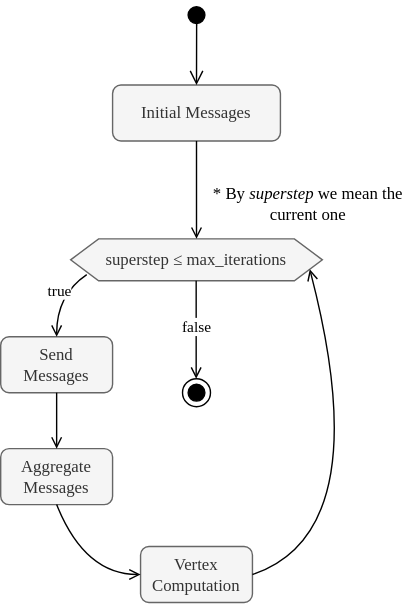
angelip2303/kgswc2023-31 keeps this draw.io diagram as public/img/pregel.svg. Above is the earlier version. Source tidied: cells renumbered, new cells last; positions are measured from the earlier drawing's top-left corner, leaving out a move shared by most shapes.
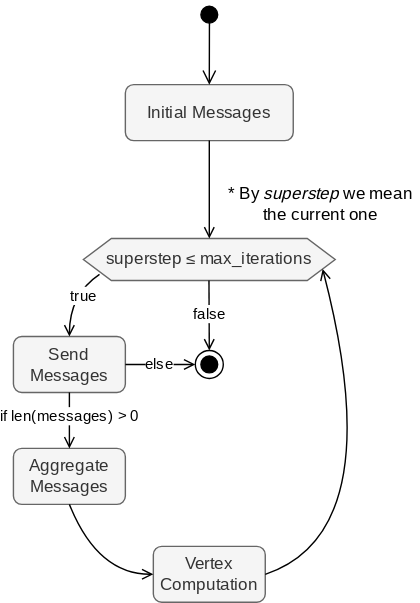
The same file after the commit.

Diff of the diagram source:
```diff
@@ -1,77 +1,89 @@
 <mxGraphModel>
   <root>
-    <mxCell id="0" />
-    <mxCell id="1" parent="0" />
+    <mxCell id="19" />
+    <mxCell id="20" parent="19" />
-    <mxCell id="2" value="Initial Messages" style="rounded=1;whiteSpace=wrap;html=1;fontSize=12;glass=0;strokeWidth=1;shadow=0;fontFamily=trebuchet ms;fillColor=#f5f5f5;fontColor=#333333;strokeColor=#666666;" parent="1" vertex="1">
+    <mxCell id="2" value="Initial Messages" style="rounded=1;whiteSpace=wrap;html=1;fontSize=12;glass=0;strokeWidth=1;shadow=0;fontFamily=Roboto;fillColor=#f5f5f5;fontColor=#333333;strokeColor=#666666;fontSource=https%3A%2F%2Ffonts.googleapis.com%2Fcss%3Ffamily%3DRoboto;" parent="20" vertex="1">
       <mxGeometry x="80" y="60" width="120" height="40" as="geometry" />
     </mxCell>
-    <mxCell id="3" style="ellipse;html=1;shape=startState;fillColor=#000000;strokeColor=#000000;fontFamily=trebuchet ms;" parent="1" vertex="1">
-      <mxGeometry x="130" width="20" height="20" as="geometry" />
-    </mxCell>
-    <mxCell id="4" style="edgeStyle=orthogonalEdgeStyle;html=1;verticalAlign=bottom;endArrow=open;endSize=8;strokeColor=#000000;rounded=0;exitX=0.507;exitY=0.893;exitDx=0;exitDy=0;exitPerimeter=0;fontFamily=trebuchet ms;" parent="1" edge="1" source="3">
-      <mxGeometry relative="1" as="geometry">
-        <mxPoint x="140" y="60" as="targetPoint" />
-        <Array as="points">
-          <mxPoint x="140" y="10" />
-        </Array>
-      </mxGeometry>
-    </mxCell>
+    <mxCell id="21" style="ellipse;html=1;shape=startState;fillColor=#000000;strokeColor=#000000;fontFamily=trebuchet ms;" parent="20" vertex="1">
+      <mxGeometry x="130" width="20" height="20" as="geometry" />
+    </mxCell>
+    <mxCell id="22" style="edgeStyle=orthogonalEdgeStyle;html=1;verticalAlign=bottom;endArrow=open;endSize=8;strokeColor=#000000;rounded=0;exitX=0.507;exitY=0.893;exitDx=0;exitDy=0;exitPerimeter=0;fontFamily=trebuchet ms;" parent="20" edge="1" source="21">
+      <mxGeometry relative="1" as="geometry">
+        <mxPoint x="140" y="60" as="targetPoint" />
+        <Array as="points">
+          <mxPoint x="140" y="10" />
+        </Array>
+      </mxGeometry>
+    </mxCell>
-    <mxCell id="5" value="superstep ≤&amp;nbsp;max_iterations" style="shape=hexagon;perimeter=hexagonPerimeter2;whiteSpace=wrap;html=1;fixedSize=1;fontFamily=trebuchet ms;fillColor=#f5f5f5;fontColor=#333333;strokeColor=#666666;" parent="1" vertex="1">
+    <mxCell id="5" value="superstep ≤&amp;nbsp;max_iterations" style="shape=hexagon;perimeter=hexagonPerimeter2;whiteSpace=wrap;html=1;fixedSize=1;fontFamily=Roboto;fillColor=#f5f5f5;fontColor=#333333;strokeColor=#666666;fontSource=https%3A%2F%2Ffonts.googleapis.com%2Fcss%3Ffamily%3DRoboto;" parent="20" vertex="1">
       <mxGeometry x="50" y="170" width="180" height="30" as="geometry" />
     </mxCell>
-    <mxCell id="6" value="Send&lt;br&gt;Messages" style="rounded=1;whiteSpace=wrap;html=1;fontSize=12;glass=0;strokeWidth=1;shadow=0;fontFamily=trebuchet ms;fillColor=#f5f5f5;fontColor=#333333;strokeColor=#666666;" parent="1" vertex="1">
+    <mxCell id="6" value="Send&lt;br&gt;Messages" style="rounded=1;whiteSpace=wrap;html=1;fontSize=12;glass=0;strokeWidth=1;shadow=0;fontFamily=Roboto;fillColor=#f5f5f5;fontColor=#333333;strokeColor=#666666;fontSource=https%3A%2F%2Ffonts.googleapis.com%2Fcss%3Ffamily%3DRoboto;" parent="20" vertex="1">
       <mxGeometry y="240" width="80" height="40" as="geometry" />
     </mxCell>
-    <mxCell id="7" value="Aggregate Messages" style="rounded=1;whiteSpace=wrap;html=1;fontSize=12;glass=0;strokeWidth=1;shadow=0;fontFamily=trebuchet ms;fillColor=#f5f5f5;fontColor=#333333;strokeColor=#666666;" parent="1" vertex="1">
+    <mxCell id="7" value="Aggregate Messages" style="rounded=1;whiteSpace=wrap;html=1;fontSize=12;glass=0;strokeWidth=1;shadow=0;fontFamily=Roboto;fillColor=#f5f5f5;fontColor=#333333;strokeColor=#666666;fontSource=https%3A%2F%2Ffonts.googleapis.com%2Fcss%3Ffamily%3DRoboto;" parent="20" vertex="1">
       <mxGeometry y="320" width="80" height="40" as="geometry" />
     </mxCell>
-    <mxCell id="8" value="Vertex Computation" style="rounded=1;whiteSpace=wrap;html=1;fontSize=12;glass=0;strokeWidth=1;shadow=0;fontFamily=trebuchet ms;fillColor=#f5f5f5;fontColor=#333333;strokeColor=#666666;" parent="1" vertex="1">
+    <mxCell id="8" value="Vertex Computation" style="rounded=1;whiteSpace=wrap;html=1;fontSize=12;glass=0;strokeWidth=1;shadow=0;fontFamily=Roboto;fillColor=#f5f5f5;fontColor=#333333;strokeColor=#666666;fontSource=https%3A%2F%2Ffonts.googleapis.com%2Fcss%3Ffamily%3DRoboto;" parent="20" vertex="1">
       <mxGeometry x="100" y="390" width="80" height="40" as="geometry" />
     </mxCell>
-    <mxCell id="9" style="endArrow=open;html=1;rounded=0;exitX=0.5;exitY=1;exitDx=0;exitDy=0;entryX=0.5;entryY=0;entryDx=0;entryDy=0;endFill=0;fontFamily=trebuchet ms;" parent="1" edge="1" source="2" target="5">
+    <mxCell id="9" style="endArrow=open;html=1;rounded=0;exitX=0.5;exitY=1;exitDx=0;exitDy=0;entryX=0.5;entryY=0;entryDx=0;entryDy=0;endFill=0;fontFamily=trebuchet ms;" parent="20" edge="1" source="2" target="5">
       <mxGeometry relative="1" as="geometry" />
     </mxCell>
-    <mxCell id="10" style="endArrow=open;html=1;exitX=0.064;exitY=0.852;exitDx=0;exitDy=0;entryX=0.5;entryY=0;entryDx=0;entryDy=0;endFill=0;exitPerimeter=0;curved=1;fontFamily=trebuchet ms;" parent="1" edge="1" source="5" target="6">
+    <mxCell id="10" style="endArrow=open;html=1;exitX=0.064;exitY=0.852;exitDx=0;exitDy=0;entryX=0.5;entryY=0;entryDx=0;entryDy=0;endFill=0;exitPerimeter=0;curved=1;fontFamily=trebuchet ms;" parent="20" edge="1" source="5" target="6">
       <mxGeometry relative="1" as="geometry">
         <Array as="points">
           <mxPoint x="40" y="210" />
         </Array>
       </mxGeometry>
     </mxCell>
-    <mxCell id="11" value="true" style="edgeLabel;html=1;align=center;verticalAlign=middle;fontFamily=trebuchet ms;" parent="10" vertex="1">
-      <mxGeometry x="-0.21" y="-2" relative="1" as="geometry" />
+    <mxCell id="11" value="true" style="edgeLabel;html=1;align=center;verticalAlign=middle;fontFamily=Roboto;fontSource=https%3A%2F%2Ffonts.googleapis.com%2Fcss%3Ffamily%3DRoboto;" parent="10" vertex="1">
+      <mxGeometry x="-0.21" y="-2" relative="1" as="geometry">
+        <mxPoint x="8" y="4" as="offset" />
+      </mxGeometry>
     </mxCell>
-    <mxCell id="12" style="endArrow=open;html=1;rounded=0;exitX=0.5;exitY=1;exitDx=0;exitDy=0;entryX=0.5;entryY=0;entryDx=0;entryDy=0;endFill=0;fontFamily=trebuchet ms;" parent="1" edge="1" source="6" target="7">
+    <mxCell id="12" style="endArrow=open;html=1;rounded=0;exitX=0.5;exitY=1;exitDx=0;exitDy=0;entryX=0.5;entryY=0;entryDx=0;entryDy=0;endFill=0;fontFamily=trebuchet ms;" parent="20" edge="1" source="6" target="7">
       <mxGeometry relative="1" as="geometry" />
     </mxCell>
+    <mxCell id="23" value="if len(messages) &amp;gt; 0" style="edgeLabel;html=1;align=center;verticalAlign=middle;fontFamily=Roboto;fontSource=https%3A%2F%2Ffonts.googleapis.com%2Fcss%3Ffamily%3DRoboto;" parent="12" vertex="1">
+      <mxGeometry x="-0.18" y="-1" relative="1" as="geometry">
+        <mxPoint x="1" as="offset" />
+      </mxGeometry>
+    </mxCell>
-    <mxCell id="13" style="endArrow=open;html=1;exitX=0.5;exitY=1;exitDx=0;exitDy=0;entryX=0;entryY=0.5;entryDx=0;entryDy=0;endFill=0;curved=1;fontFamily=trebuchet ms;" parent="1" edge="1" source="7" target="8">
+    <mxCell id="13" style="endArrow=open;html=1;exitX=0.5;exitY=1;exitDx=0;exitDy=0;entryX=0;entryY=0.5;entryDx=0;entryDy=0;endFill=0;curved=1;fontFamily=trebuchet ms;" parent="20" edge="1" source="7" target="8">
       <mxGeometry relative="1" as="geometry">
         <Array as="points">
           <mxPoint x="60" y="410" />
         </Array>
       </mxGeometry>
     </mxCell>
-    <mxCell id="14" style="endArrow=open;html=1;exitX=1;exitY=0.5;exitDx=0;exitDy=0;entryX=1;entryY=0.75;entryDx=0;entryDy=0;endFill=0;curved=1;fontFamily=trebuchet ms;" parent="1" edge="1" source="8" target="5">
+    <mxCell id="14" style="endArrow=open;html=1;exitX=1;exitY=0.5;exitDx=0;exitDy=0;entryX=1;entryY=0.75;entryDx=0;entryDy=0;endFill=0;curved=1;fontFamily=trebuchet ms;" parent="20" edge="1" source="8" target="5">
       <mxGeometry relative="1" as="geometry">
         <Array as="points">
           <mxPoint x="270" y="380" />
         </Array>
       </mxGeometry>
     </mxCell>
-    <mxCell id="15" style="ellipse;html=1;shape=endState;fillColor=#000000;strokeColor=#000000;fontFamily=trebuchet ms;" parent="1" vertex="1">
-      <mxGeometry x="130" y="270" width="20" height="20" as="geometry" />
-    </mxCell>
-    <mxCell id="16" style="endArrow=open;html=1;rounded=0;exitX=0.5;exitY=1;exitDx=0;exitDy=0;entryX=0.5;entryY=0;entryDx=0;entryDy=0;endFill=0;fontFamily=trebuchet ms;" parent="1" edge="1">
-      <mxGeometry relative="1" as="geometry">
-        <mxPoint x="139.8" y="200" as="sourcePoint" />
-        <mxPoint x="139.8" y="270" as="targetPoint" />
-      </mxGeometry>
-    </mxCell>
+    <mxCell id="24" style="ellipse;html=1;shape=endState;fillColor=#000000;strokeColor=#000000;fontFamily=trebuchet ms;" parent="20" vertex="1">
+      <mxGeometry x="130" y="250" width="20" height="20" as="geometry" />
+    </mxCell>
+    <mxCell id="25" style="endArrow=open;html=1;rounded=0;exitX=0.5;exitY=1;exitDx=0;exitDy=0;entryX=0.5;entryY=0;entryDx=0;entryDy=0;endFill=0;fontFamily=trebuchet ms;" parent="20" edge="1" target="24">
+      <mxGeometry relative="1" as="geometry">
+        <mxPoint x="139.8" y="200" as="sourcePoint" />
+      </mxGeometry>
+    </mxCell>
-    <mxCell id="17" value="false" style="edgeLabel;html=1;align=center;verticalAlign=middle;fontFamily=trebuchet ms;" parent="16" vertex="1">
+    <mxCell id="17" value="false" style="edgeLabel;html=1;align=center;verticalAlign=middle;fontFamily=Roboto;fontSource=https%3A%2F%2Ffonts.googleapis.com%2Fcss%3Ffamily%3DRoboto;" parent="25" vertex="1">
       <mxGeometry x="-0.05" relative="1" as="geometry" />
     </mxCell>
-    <mxCell id="18" value="* By &lt;i&gt;superstep &lt;/i&gt;we mean the current one" style="text;html=1;strokeColor=none;fillColor=none;align=center;verticalAlign=middle;whiteSpace=wrap;rounded=0;fontFamily=trebuchet ms;" parent="1" vertex="1">
+    <mxCell id="18" value="* By &lt;i&gt;superstep &lt;/i&gt;we mean the current one" style="text;html=1;strokeColor=none;fillColor=none;align=center;verticalAlign=middle;whiteSpace=wrap;rounded=0;fontFamily=Roboto;fontSource=https%3A%2F%2Ffonts.googleapis.com%2Fcss%3Ffamily%3DRoboto;" parent="20" vertex="1">
       <mxGeometry x="150" y="130" width="140" height="30" as="geometry" />
     </mxCell>
+    <mxCell id="26" style="endArrow=open;html=1;rounded=0;exitX=1;exitY=0.5;exitDx=0;exitDy=0;entryX=0;entryY=0.5;entryDx=0;entryDy=0;endFill=0;fontFamily=trebuchet ms;" parent="20" edge="1" source="6" target="24">
+      <mxGeometry relative="1" as="geometry" />
+    </mxCell>
+    <mxCell id="27" value="else" style="edgeLabel;html=1;align=center;verticalAlign=middle;fontFamily=Roboto;fontSource=https%3A%2F%2Ffonts.googleapis.com%2Fcss%3Ffamily%3DRoboto;" parent="26" vertex="1">
+      <mxGeometry x="-0.05" relative="1" as="geometry" />
+    </mxCell>
   </root>
 </mxGraphModel>
```
